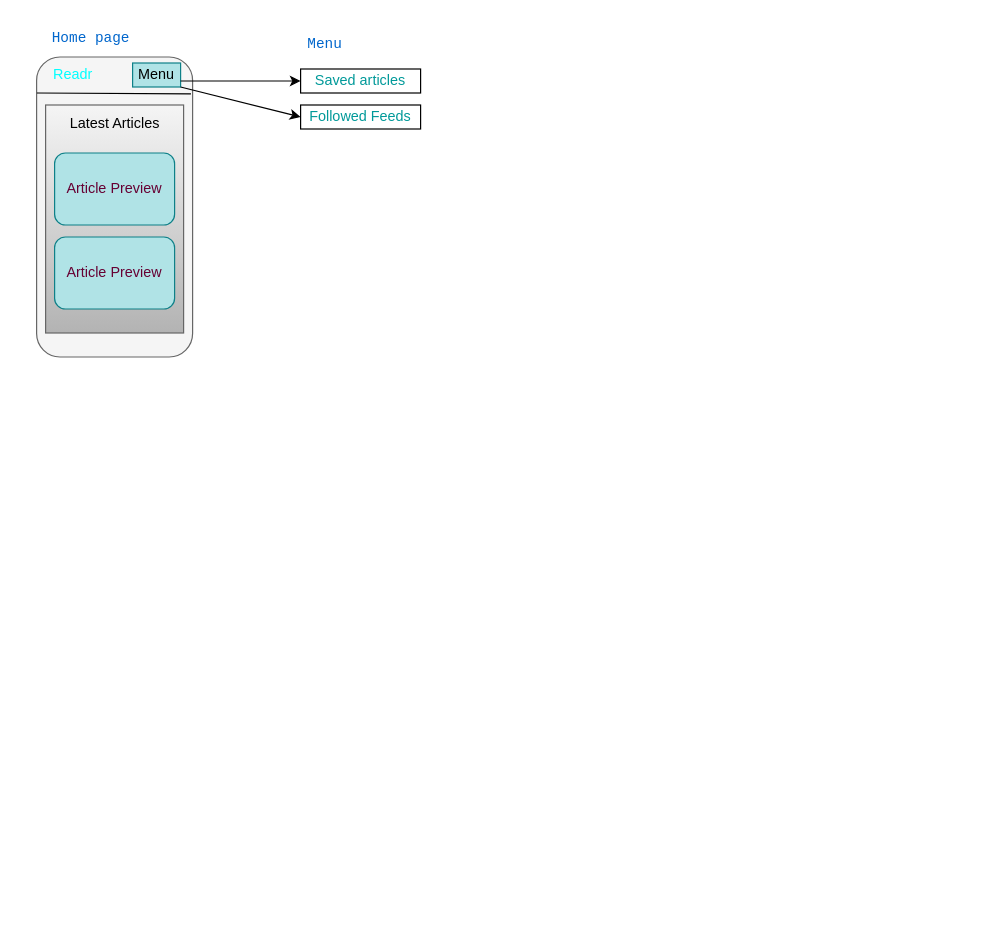
Earlier version of the draw.io diagram Readr.drawio (cetrl/Zephyr). Source tidied: cells renumbered, new cells numbered last; positions are measured from the earlier drawing's top-left corner, leaving out a move shared by most shapes. Both pictures are drawn from the tidied source at 120%, with x=0, y=0 at pixel (36, 20).
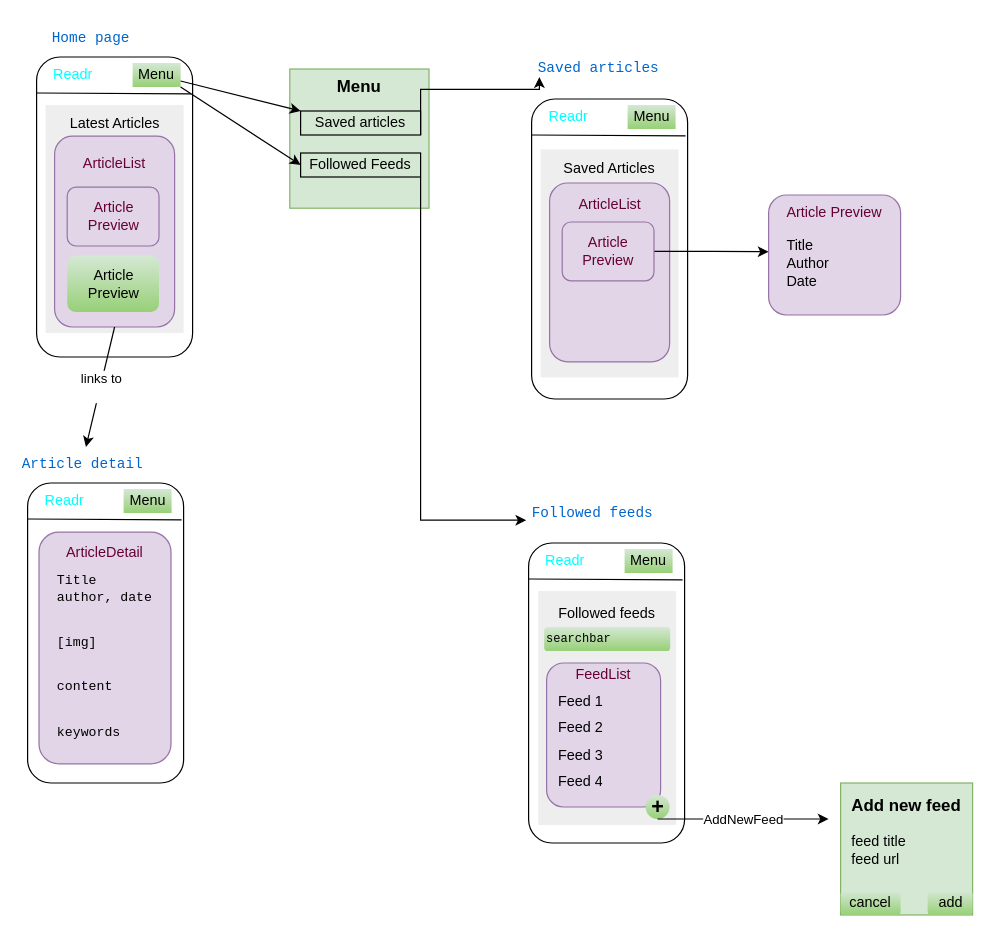
The same page after the edit.

What changed in the source:
```diff
@@
+    <mxCell id="15" value="&lt;h3&gt;Menu&lt;/h3&gt;&lt;div&gt;&lt;br&gt;&lt;/div&gt;&lt;div&gt;&lt;br&gt;&lt;/div&gt;&lt;div&gt;&lt;br&gt;&lt;/div&gt;&lt;div&gt;&lt;br&gt;&lt;/div&gt;&lt;div&gt;&lt;br&gt;&lt;/div&gt;&lt;div&gt;&lt;br&gt;&lt;/div&gt;" style="whiteSpace=wrap;html=1;fillColor=#d5e8d4;strokeColor=#82b366;" parent="1" vertex="1">
+      <mxGeometry x="211" y="40" width="116" height="116" as="geometry" />
+    </mxCell>
-    <mxCell id="2" style="rounded=1;whiteSpace=wrap;html=1;fillColor=#f5f5f5;fontColor=#333333;strokeColor=#666666;" parent="1" vertex="1">
+    <mxCell id="2" style="rounded=1;whiteSpace=wrap;html=1;" parent="1" vertex="1">
       <mxGeometry y="30" width="130" height="250" as="geometry" />
     </mxCell>
@@
-    <mxCell id="6" value="Menu" style="rounded=0;whiteSpace=wrap;html=1;fillColor=#b0e3e6;strokeColor=#0e8088;" parent="1" vertex="1">
+    <mxCell id="6" value="Menu" style="rounded=0;whiteSpace=wrap;html=1;fillColor=#d5e8d4;strokeColor=none;gradientColor=#97d077;" parent="1" vertex="1">
       <mxGeometry x="80" y="35" width="40" height="20" as="geometry" />
     </mxCell>
-    <mxCell id="7" value="Latest Articles&lt;div&gt;&lt;br&gt;&lt;/div&gt;&lt;div&gt;&lt;br&gt;&lt;/div&gt;&lt;div&gt;&lt;br&gt;&lt;/div&gt;&lt;div&gt;&lt;br&gt;&lt;/div&gt;&lt;div&gt;&lt;br&gt;&lt;/div&gt;&lt;div&gt;&lt;br&gt;&lt;/div&gt;&lt;div&gt;&lt;br&gt;&lt;/div&gt;&lt;div&gt;&lt;br&gt;&lt;/div&gt;&lt;div&gt;&lt;br&gt;&lt;/div&gt;&lt;div&gt;&lt;br&gt;&lt;/div&gt;&lt;div&gt;&lt;br&gt;&lt;/div&gt;" style="rounded=0;whiteSpace=wrap;html=1;fillColor=#f5f5f5;strokeColor=#666666;gradientColor=#b3b3b3;" parent="1" vertex="1">
+    <mxCell id="7" value="Latest Articles&lt;div&gt;&lt;br&gt;&lt;/div&gt;&lt;div&gt;&lt;br&gt;&lt;/div&gt;&lt;div&gt;&lt;br&gt;&lt;/div&gt;&lt;div&gt;&lt;br&gt;&lt;/div&gt;&lt;div&gt;&lt;br&gt;&lt;/div&gt;&lt;div&gt;&lt;br&gt;&lt;/div&gt;&lt;div&gt;&lt;br&gt;&lt;/div&gt;&lt;div&gt;&lt;br&gt;&lt;/div&gt;&lt;div&gt;&lt;br&gt;&lt;/div&gt;&lt;div&gt;&lt;br&gt;&lt;/div&gt;&lt;div&gt;&lt;br&gt;&lt;/div&gt;" style="rounded=0;whiteSpace=wrap;html=1;fillColor=#eeeeee;strokeColor=none;" parent="1" vertex="1">
       <mxGeometry x="7.5" y="70" width="115" height="190" as="geometry" />
     </mxCell>
+    <mxCell id="10" style="endArrow=classic;html=1;rounded=0;exitX=1;exitY=0.75;exitDx=0;exitDy=0;entryX=0;entryY=0;entryDx=0;entryDy=0;" parent="1" edge="1" source="6" target="11">
+      <mxGeometry relative="1" as="geometry" />
+    </mxCell>
+    <mxCell id="16" style="edgeStyle=orthogonalEdgeStyle;rounded=0;jettySize=auto;html=1;exitX=1;exitY=1;exitDx=0;exitDy=0;entryX=0.01;entryY=0.725;entryDx=0;entryDy=0;entryPerimeter=0;" parent="1" edge="1" source="11" target="18">
+      <mxGeometry relative="1" as="geometry">
+        <Array as="points">
+          <mxPoint x="320" y="57" />
+        </Array>
+      </mxGeometry>
+    </mxCell>
+    <mxCell id="11" value="Saved articles" style="rounded=0;whiteSpace=wrap;html=1;strokeColor=default;fillColor=none;strokeWidth=1;" parent="1" vertex="1">
+      <mxGeometry x="220" y="75" width="100" height="20" as="geometry" />
+    </mxCell>
+    <mxCell id="12" value="Followed Feeds" style="rounded=0;whiteSpace=wrap;html=1;strokeColor=default;fillColor=none;strokeWidth=1;" parent="1" vertex="1">
+      <mxGeometry x="220" y="110" width="100" height="20" as="geometry" />
+    </mxCell>
+    <mxCell id="14" style="endArrow=classic;html=1;rounded=0;entryX=0;entryY=0.5;entryDx=0;entryDy=0;exitX=1;exitY=1;exitDx=0;exitDy=0;" parent="1" edge="1" source="6" target="12">
+      <mxGeometry relative="1" as="geometry" />
+    </mxCell>
+    <mxCell id="17" style="rounded=1;whiteSpace=wrap;html=1;" parent="1" vertex="1">
+      <mxGeometry x="412.5" y="65" width="130" height="250" as="geometry" />
+    </mxCell>
+    <mxCell id="18" value="&lt;font color=&quot;#0066cc&quot; face=&quot;Courier New&quot;&gt;Saved articles&lt;/font&gt;" style="text;html=1;align=center;verticalAlign=middle;points=[];strokeColor=none;fillColor=none;fontFamily=Courier New;labelBackgroundColor=none;" parent="1" vertex="1">
+      <mxGeometry x="418" y="25" width="100" height="30" as="geometry" />
+    </mxCell>
+    <mxCell id="19" value="&lt;font&gt;Readr&lt;/font&gt;" style="text;html=1;align=center;verticalAlign=middle;strokeColor=none;fillColor=none;fontColor=#00FFFF;" parent="1" vertex="1">
+      <mxGeometry x="412.5" y="65" width="60" height="30" as="geometry" />
+    </mxCell>
+    <mxCell id="20" value="Menu" style="rounded=0;whiteSpace=wrap;html=1;fillColor=#d5e8d4;strokeColor=none;gradientColor=#97d077;" parent="1" vertex="1">
+      <mxGeometry x="492.5" y="70" width="40" height="20" as="geometry" />
+    </mxCell>
+    <mxCell id="21" style="endArrow=none;html=1;rounded=0;exitX=0.002;exitY=0.14;exitDx=0;exitDy=0;exitPerimeter=0;entryX=0.989;entryY=0.143;entryDx=0;entryDy=0;entryPerimeter=0;" parent="1" edge="1">
+      <mxGeometry relative="1" as="geometry">
+        <mxPoint x="412.5" y="95" as="sourcePoint" />
+        <mxPoint x="540.8" y="95.8" as="targetPoint" />
+      </mxGeometry>
+    </mxCell>
+    <mxCell id="22" style="rounded=1;whiteSpace=wrap;html=1;" parent="1" vertex="1">
+      <mxGeometry x="410" y="435" width="130" height="250" as="geometry" />
+    </mxCell>
+    <mxCell id="23" value="&lt;font color=&quot;#0066cc&quot; face=&quot;Courier New&quot;&gt;Followed feeds&lt;/font&gt;" style="text;html=1;align=center;verticalAlign=middle;points=[];strokeColor=none;fillColor=none;fontFamily=Courier New;labelBackgroundColor=none;" parent="1" vertex="1">
+      <mxGeometry x="407.5" y="396" width="110" height="30" as="geometry" />
+    </mxCell>
+    <mxCell id="24" value="&lt;font&gt;Readr&lt;/font&gt;" style="text;html=1;align=center;verticalAlign=middle;strokeColor=none;fillColor=none;fontColor=#00FFFF;" parent="1" vertex="1">
+      <mxGeometry x="410" y="435" width="60" height="30" as="geometry" />
+    </mxCell>
+    <mxCell id="25" value="Menu" style="rounded=0;whiteSpace=wrap;html=1;fillColor=#d5e8d4;strokeColor=none;gradientColor=#97d077;" parent="1" vertex="1">
+      <mxGeometry x="490" y="440" width="40" height="20" as="geometry" />
+    </mxCell>
+    <mxCell id="26" style="endArrow=none;html=1;rounded=0;exitX=0.002;exitY=0.14;exitDx=0;exitDy=0;exitPerimeter=0;entryX=0.989;entryY=0.143;entryDx=0;entryDy=0;entryPerimeter=0;" parent="1" edge="1">
+      <mxGeometry relative="1" as="geometry">
+        <mxPoint x="410" y="465" as="sourcePoint" />
+        <mxPoint x="538.3" y="465.8" as="targetPoint" />
+      </mxGeometry>
+    </mxCell>
+    <mxCell id="27" style="edgeStyle=orthogonalEdgeStyle;rounded=0;jettySize=auto;html=1;exitX=1;exitY=1;exitDx=0;exitDy=0;entryX=0.005;entryY=0.667;entryDx=0;entryDy=0;entryPerimeter=0;" parent="1" edge="1" source="12" target="23">
+      <mxGeometry relative="1" as="geometry" />
+    </mxCell>
+    <mxCell id="28" value="&lt;div&gt;Saved Articles&lt;/div&gt;&lt;div&gt;&lt;br&gt;&lt;/div&gt;&lt;div&gt;&lt;br&gt;&lt;/div&gt;&lt;div&gt;&lt;br&gt;&lt;/div&gt;&lt;div&gt;&lt;br&gt;&lt;/div&gt;&lt;div&gt;&lt;br&gt;&lt;/div&gt;&lt;div&gt;&lt;br&gt;&lt;/div&gt;&lt;div&gt;&lt;br&gt;&lt;/div&gt;&lt;div&gt;&lt;br&gt;&lt;/div&gt;&lt;div&gt;&lt;br&gt;&lt;/div&gt;&lt;div&gt;&lt;br&gt;&lt;/div&gt;&lt;div&gt;&lt;br&gt;&lt;/div&gt;" style="rounded=0;whiteSpace=wrap;html=1;fillColor=#eeeeee;strokeColor=none;" parent="1" vertex="1">
+      <mxGeometry x="420" y="107" width="115" height="190" as="geometry" />
+    </mxCell>
+    <mxCell id="29" value="&lt;p&gt;&lt;font color=&quot;#660033&quot;&gt;ArticleList&lt;/font&gt;&lt;br&gt;&lt;br&gt;&lt;br&gt;&lt;br&gt;&lt;br&gt;&lt;br&gt;&lt;br&gt;&lt;/p&gt;&lt;div&gt;&lt;br&gt;&lt;/div&gt;&lt;div&gt;&lt;br&gt;&lt;/div&gt;" style="rounded=1;whiteSpace=wrap;html=1;fillColor=#e1d5e7;strokeColor=#9673a6;" parent="1" vertex="1">
+      <mxGeometry x="15" y="96" width="100" height="159" as="geometry" />
+    </mxCell>
+    <mxCell id="30" value="&lt;div&gt;Followed feeds&lt;/div&gt;&lt;div&gt;&lt;br&gt;&lt;/div&gt;&lt;div&gt;&lt;br&gt;&lt;/div&gt;&lt;div&gt;&lt;br&gt;&lt;/div&gt;&lt;div&gt;&lt;br&gt;&lt;/div&gt;&lt;div&gt;&lt;br&gt;&lt;/div&gt;&lt;div&gt;&lt;br&gt;&lt;/div&gt;&lt;div&gt;&lt;br&gt;&lt;/div&gt;&lt;div&gt;&lt;br&gt;&lt;/div&gt;&lt;div&gt;&lt;br&gt;&lt;/div&gt;&lt;div&gt;&lt;br&gt;&lt;/div&gt;&lt;div&gt;&lt;br&gt;&lt;/div&gt;" style="rounded=0;whiteSpace=wrap;html=1;fillColor=#eeeeee;strokeColor=none;" parent="1" vertex="1">
+      <mxGeometry x="418" y="475" width="115" height="195" as="geometry" />
+    </mxCell>
+    <mxCell id="31" value="&lt;font color=&quot;#660033&quot;&gt;FeedList&lt;/font&gt;&lt;div&gt;&lt;font color=&quot;#660033&quot;&gt;&lt;br&gt;&lt;/font&gt;&lt;/div&gt;&lt;div&gt;&lt;font color=&quot;#660033&quot;&gt;&lt;br&gt;&lt;/font&gt;&lt;/div&gt;&lt;div&gt;&lt;font color=&quot;#660033&quot;&gt;&lt;br&gt;&lt;/font&gt;&lt;/div&gt;&lt;div&gt;&lt;font color=&quot;#660033&quot;&gt;&lt;br&gt;&lt;/font&gt;&lt;/div&gt;&lt;div&gt;&lt;font color=&quot;#660033&quot;&gt;&lt;br&gt;&lt;/font&gt;&lt;/div&gt;&lt;div&gt;&lt;font color=&quot;#660033&quot;&gt;&lt;br&gt;&lt;/font&gt;&lt;/div&gt;&lt;div&gt;&lt;br&gt;&lt;/div&gt;" style="rounded=1;whiteSpace=wrap;html=1;fillColor=#e1d5e7;strokeColor=#9673a6;" parent="1" vertex="1">
+      <mxGeometry x="425" y="535" width="95" height="120" as="geometry" />
+    </mxCell>
+    <mxCell id="32" style="shape=table;startSize=0;childLayout=tableLayout;fontSize=11;fillColor=none;strokeColor=none;" parent="1" vertex="1">
+      <mxGeometry x="427.5" y="555" width="60" height="90" as="geometry" />
+    </mxCell>
+    <mxCell id="33" style="shape=tableRow;horizontal=0;startSize=0;swimlaneHead=0;swimlaneBody=0;strokeColor=inherit;top=0;left=0;bottom=0;right=0;fillColor=none;fontSize=16;" parent="32" vertex="1">
+      <mxGeometry width="60" height="23" as="geometry" />
+    </mxCell>
+    <mxCell id="34" value="Feed 1" style="shape=partialRectangle;html=1;whiteSpace=wrap;strokeColor=inherit;overflow=hidden;fillColor=none;top=0;left=0;bottom=0;right=0;fontSize=12;align=left;spacingLeft=5;" parent="33" vertex="1">
+      <mxGeometry width="60" height="23" as="geometry" />
+    </mxCell>
+    <mxCell id="35" style="shape=tableRow;horizontal=0;startSize=0;swimlaneHead=0;swimlaneBody=0;strokeColor=inherit;top=0;left=0;bottom=0;right=0;fillColor=none;fontSize=16;" parent="32" vertex="1">
+      <mxGeometry y="23" width="60" height="22" as="geometry" />
+    </mxCell>
+    <mxCell id="36" value="Feed 2" style="shape=partialRectangle;html=1;whiteSpace=wrap;strokeColor=inherit;overflow=hidden;fillColor=none;top=0;left=0;bottom=0;right=0;fontSize=12;align=left;spacingLeft=5;" parent="35" vertex="1">
+      <mxGeometry width="60" height="22" as="geometry" />
+    </mxCell>
+    <mxCell id="37" style="shape=tableRow;horizontal=0;startSize=0;swimlaneHead=0;swimlaneBody=0;strokeColor=inherit;top=0;left=0;bottom=0;right=0;fillColor=none;fontSize=16;" parent="32" vertex="1">
+      <mxGeometry y="45" width="60" height="23" as="geometry" />
+    </mxCell>
+    <mxCell id="38" value="Feed 3" style="shape=partialRectangle;html=1;whiteSpace=wrap;strokeColor=inherit;overflow=hidden;fillColor=none;top=0;left=0;bottom=0;right=0;fontSize=12;align=left;spacingLeft=5;" parent="37" vertex="1">
+      <mxGeometry width="60" height="23" as="geometry" />
+    </mxCell>
+    <mxCell id="39" style="shape=tableRow;horizontal=0;startSize=0;swimlaneHead=0;swimlaneBody=0;strokeColor=inherit;top=0;left=0;bottom=0;right=0;fillColor=none;fontSize=16;" parent="32" vertex="1">
+      <mxGeometry y="68" width="60" height="22" as="geometry" />
+    </mxCell>
+    <mxCell id="40" value="Feed 4" style="shape=partialRectangle;html=1;whiteSpace=wrap;strokeColor=inherit;overflow=hidden;fillColor=none;top=0;left=0;bottom=0;right=0;fontSize=12;align=left;spacingLeft=5;" parent="39" vertex="1">
+      <mxGeometry width="60" height="22" as="geometry" />
+    </mxCell>
-    <mxCell id="8" value="&lt;font color=&quot;#660033&quot;&gt;Article Preview&lt;/font&gt;" style="rounded=1;whiteSpace=wrap;html=1;fillColor=#b0e3e6;strokeColor=#0e8088;" parent="1" vertex="1">
-      <mxGeometry x="15" y="110" width="100" height="60" as="geometry" />
+    <mxCell id="8" value="&lt;font color=&quot;#660033&quot;&gt;Article Preview&lt;/font&gt;" style="rounded=1;whiteSpace=wrap;html=1;fillColor=#e1d5e7;strokeColor=#9673a6;" parent="1" vertex="1">
+      <mxGeometry x="25.5" y="138.5" width="76.5" height="49" as="geometry" />
     </mxCell>
-    <mxCell id="9" value="&lt;font color=&quot;#660033&quot;&gt;Article Preview&lt;/font&gt;" style="rounded=1;whiteSpace=wrap;html=1;fillColor=#b0e3e6;strokeColor=#0e8088;" parent="1" vertex="1">
-      <mxGeometry x="15" y="180" width="100" height="60" as="geometry" />
+    <mxCell id="9" value="Article Preview" style="rounded=1;whiteSpace=wrap;html=1;fillColor=#d5e8d4;strokeColor=none;gradientColor=#97d077;" parent="1" vertex="1">
+      <mxGeometry x="25.5" y="195.5" width="76.5" height="47" as="geometry" />
     </mxCell>
-    <mxCell id="10" style="endArrow=classic;html=1;rounded=0;exitX=1;exitY=0.75;exitDx=0;exitDy=0;" parent="1" edge="1" source="6">
-      <mxGeometry relative="1" as="geometry">
-        <mxPoint x="220" y="50" as="targetPoint" />
-      </mxGeometry>
-    </mxCell>
-    <mxCell id="11" value="&lt;font color=&quot;#009999&quot;&gt;Saved articles&lt;/font&gt;" style="rounded=0;whiteSpace=wrap;html=1;fillColor=none;" parent="1" vertex="1">
-      <mxGeometry x="220" y="40" width="100" height="20" as="geometry" />
-    </mxCell>
-    <mxCell id="12" value="&lt;font color=&quot;#009999&quot;&gt;Followed Feeds&lt;/font&gt;" style="rounded=0;whiteSpace=wrap;html=1;" parent="1" vertex="1">
-      <mxGeometry x="220" y="70" width="100" height="20" as="geometry" />
-    </mxCell>
-    <mxCell id="13" value="&lt;font color=&quot;#0066cc&quot; face=&quot;Courier New&quot;&gt;Menu&lt;/font&gt;" style="text;html=1;align=center;verticalAlign=middle;strokeColor=none;fillColor=none;fontFamily=Courier New;labelBackgroundColor=none;" parent="1" vertex="1">
-      <mxGeometry x="210" y="5" width="60" height="30" as="geometry" />
-    </mxCell>
-    <mxCell id="14" style="endArrow=classic;html=1;rounded=0;entryX=0;entryY=0.5;entryDx=0;entryDy=0;exitX=1;exitY=1;exitDx=0;exitDy=0;" parent="1" edge="1" source="6" target="12">
-      <mxGeometry relative="1" as="geometry" />
-    </mxCell>
+    <mxCell id="41" value="&lt;p&gt;&lt;font color=&quot;#660033&quot;&gt;ArticleList&lt;/font&gt;&lt;br&gt;&lt;br&gt;&lt;br&gt;&lt;br&gt;&lt;br&gt;&lt;br&gt;&lt;br&gt;&lt;/p&gt;&lt;div&gt;&lt;br&gt;&lt;/div&gt;&lt;div&gt;&lt;br&gt;&lt;/div&gt;" style="rounded=1;whiteSpace=wrap;html=1;fillColor=#e1d5e7;strokeColor=#9673a6;" parent="1" vertex="1">
+      <mxGeometry x="427.5" y="135" width="100" height="149" as="geometry" />
+    </mxCell>
+    <mxCell id="42" style="edgeStyle=orthogonalEdgeStyle;rounded=0;jettySize=auto;html=1;exitX=1;exitY=0.5;exitDx=0;exitDy=0;" parent="1" edge="1" source="43">
+      <mxGeometry relative="1" as="geometry">
+        <mxPoint x="610" y="192.3" as="targetPoint" />
+      </mxGeometry>
+    </mxCell>
+    <mxCell id="43" value="&lt;font color=&quot;#660033&quot;&gt;Article Preview&lt;/font&gt;" style="rounded=1;whiteSpace=wrap;html=1;fillColor=#e1d5e7;strokeColor=#9673a6;" parent="1" vertex="1">
+      <mxGeometry x="438" y="167.5" width="76.5" height="49" as="geometry" />
+    </mxCell>
+    <mxCell id="44" value="&lt;h2&gt;+&lt;/h2&gt;" style="ellipse;whiteSpace=wrap;html=1;fillColor=#d5e8d4;strokeColor=none;gradientColor=#97d077;" parent="1" vertex="1">
+      <mxGeometry x="507.5" y="645" width="20" height="20" as="geometry" />
+    </mxCell>
+    <mxCell id="45" style="endArrow=classic;html=1;rounded=0;exitX=0.5;exitY=1;exitDx=0;exitDy=0;" parent="1" edge="1" source="44">
+      <mxGeometry relative="1" as="geometry">
+        <mxPoint x="660" y="665" as="targetPoint" />
+      </mxGeometry>
+    </mxCell>
+    <mxCell id="46" value="AddNewFeed" style="edgeLabel;html=1;align=center;verticalAlign=middle;" parent="45" vertex="1">
+      <mxGeometry relative="1" as="geometry" />
+    </mxCell>
+    <mxCell id="47" value="&lt;h3&gt;Add new feed&lt;/h3&gt;&lt;pre&gt;&lt;div style=&quot;text-align: left;&quot;&gt;&lt;span style=&quot;background-color: initial; font-family: Helvetica; white-space: normal;&quot;&gt;feed title&lt;/span&gt;&lt;/div&gt;&lt;div style=&quot;text-align: left;&quot;&gt;&lt;span style=&quot;background-color: initial; font-family: Helvetica; white-space: normal;&quot;&gt;feed url&lt;/span&gt;&lt;/div&gt;&lt;div style=&quot;text-align: left;&quot;&gt;&lt;span style=&quot;background-color: initial; font-family: Helvetica; white-space: normal;&quot;&gt;&lt;br&gt;&lt;/span&gt;&lt;/div&gt;&lt;/pre&gt;&lt;div&gt;&lt;br&gt;&lt;/div&gt;" style="whiteSpace=wrap;html=1;fillColor=#d5e8d4;strokeColor=#82b366;" parent="1" vertex="1">
+      <mxGeometry x="670" y="635" width="110" height="110" as="geometry" />
+    </mxCell>
+    <mxCell id="48" value="add" style="rounded=1;whiteSpace=wrap;html=1;fillColor=#d5e8d4;gradientColor=#97d077;strokeColor=none;" parent="1" vertex="1">
+      <mxGeometry x="742.5" y="725" width="37.5" height="20" as="geometry" />
+    </mxCell>
+    <mxCell id="49" value="cancel" style="rounded=1;whiteSpace=wrap;html=1;fillColor=#d5e8d4;gradientColor=#97d077;strokeColor=none;" parent="1" vertex="1">
+      <mxGeometry x="670" y="725" width="50" height="20" as="geometry" />
+    </mxCell>
+    <mxCell id="50" style="rounded=1;whiteSpace=wrap;html=1;" parent="1" vertex="1">
+      <mxGeometry x="-7.5" y="385" width="130" height="250" as="geometry" />
+    </mxCell>
+    <mxCell id="51" value="&lt;font color=&quot;#0066cc&quot; face=&quot;Courier New&quot;&gt;Article detail&lt;/font&gt;" style="text;html=1;align=center;verticalAlign=middle;points=[];strokeColor=none;fillColor=none;fontFamily=Courier New;labelBackgroundColor=none;" parent="1" vertex="1">
+      <mxGeometry x="-7.5" y="355" width="90" height="30" as="geometry" />
+    </mxCell>
+    <mxCell id="52" value="&lt;font&gt;Readr&lt;/font&gt;" style="text;html=1;align=center;verticalAlign=middle;strokeColor=none;fillColor=none;fontColor=#00FFFF;" parent="1" vertex="1">
+      <mxGeometry x="-7.5" y="385" width="60" height="30" as="geometry" />
+    </mxCell>
+    <mxCell id="53" value="Menu" style="rounded=0;whiteSpace=wrap;html=1;fillColor=#d5e8d4;strokeColor=none;gradientColor=#97d077;" parent="1" vertex="1">
+      <mxGeometry x="72.5" y="390" width="40" height="20" as="geometry" />
+    </mxCell>
+    <mxCell id="54" style="endArrow=none;html=1;rounded=0;exitX=0.002;exitY=0.14;exitDx=0;exitDy=0;exitPerimeter=0;entryX=0.989;entryY=0.143;entryDx=0;entryDy=0;entryPerimeter=0;" parent="1" edge="1">
+      <mxGeometry relative="1" as="geometry">
+        <mxPoint x="-7.5" y="415" as="sourcePoint" />
+        <mxPoint x="120.8" y="415.8" as="targetPoint" />
+      </mxGeometry>
+    </mxCell>
+    <mxCell id="55" value="&lt;font color=&quot;#660033&quot;&gt;ArticleDetail&lt;/font&gt;&lt;pre style=&quot;text-align: left; font-size: 11px;&quot;&gt;Title&lt;br&gt;author, date&lt;br&gt;&lt;br&gt;&lt;/pre&gt;&lt;pre style=&quot;text-align: left; font-size: 11px;&quot;&gt;[img]&lt;br&gt;&lt;br&gt;&lt;/pre&gt;&lt;pre style=&quot;text-align: left; font-size: 11px;&quot;&gt;content&lt;br&gt;&lt;br&gt;&lt;/pre&gt;&lt;pre style=&quot;text-align: left; font-size: 11px;&quot;&gt;keywords&lt;/pre&gt;" style="rounded=1;whiteSpace=wrap;html=1;fillColor=#e1d5e7;strokeColor=#9673a6;" parent="1" vertex="1">
+      <mxGeometry x="2" y="426" width="110" height="193" as="geometry" />
+    </mxCell>
+    <mxCell id="56" value="&lt;pre&gt;&lt;font style=&quot;font-size: 10px;&quot;&gt;searchbar&lt;/font&gt;&lt;/pre&gt;" style="rounded=1;whiteSpace=wrap;html=1;align=left;fillColor=#d5e8d4;gradientColor=#97d077;strokeColor=none;" parent="1" vertex="1">
+      <mxGeometry x="423" y="505" width="105" height="20" as="geometry" />
+    </mxCell>
+    <mxCell id="57" style="endArrow=classic;html=1;rounded=0;exitX=0.5;exitY=1;exitDx=0;exitDy=0;" parent="1" edge="1" source="29" target="51">
+      <mxGeometry relative="1" as="geometry" />
+    </mxCell>
+    <mxCell id="58" value="links to&lt;div&gt;&lt;br&gt;&lt;/div&gt;" style="edgeLabel;html=1;align=center;verticalAlign=middle;" parent="57" vertex="1">
+      <mxGeometry relative="1" as="geometry" />
+    </mxCell>
+    <mxCell id="59" value="&lt;font color=&quot;#660033&quot;&gt;Article Preview&lt;/font&gt;&lt;pre&gt;&lt;pre style=&quot;text-align: left;&quot;&gt;&lt;pre&gt;&lt;span style=&quot;background-color: initial; font-family: Helvetica; white-space: normal;&quot;&gt;Title&lt;br&gt;&lt;/span&gt;&lt;span style=&quot;background-color: initial; font-family: Helvetica; white-space: normal;&quot;&gt;Author&lt;br&gt;&lt;/span&gt;&lt;span style=&quot;background-color: initial; font-family: Helvetica; white-space: normal;&quot;&gt;Date&lt;/span&gt;&lt;/pre&gt;&lt;/pre&gt;&lt;/pre&gt;" style="rounded=1;whiteSpace=wrap;html=1;fillColor=#e1d5e7;strokeColor=#9673a6;" parent="1" vertex="1">
+      <mxGeometry x="610" y="145" width="110" height="100" as="geometry" />
+    </mxCell>
```
